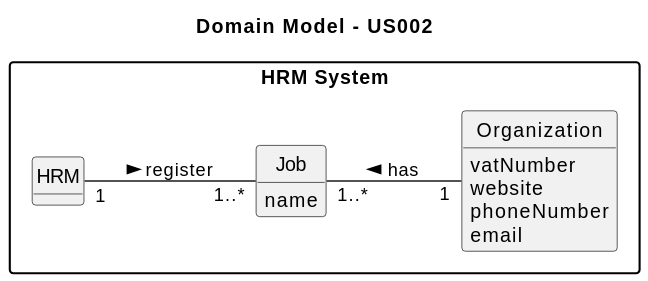
Before: docs/sprintB/us002/02.analysis/svg/us002-domain-model-Domain_Model___US002.svg, a diagram exported from PlantUML (SAEmanuel/Green_Spaces_Management_ISEP). The source it was exported from:
```plantuml
@startuml
skinparam monochrome true
skinparam packageStyle rectangle
skinparam shadowing false

left to right direction

skinparam classAttributeIconSize 0

hide circle
hide methods
package "HRM System" {

title Domain Model - US002

class HRM {
}

class Organization {
vatNumber
website
phoneNumber
email
}

class Job {
    name
}





HRM "1" -- "1..*" Job : register >

Job "1..*" -- "1"Organization : has <
@enduml
```
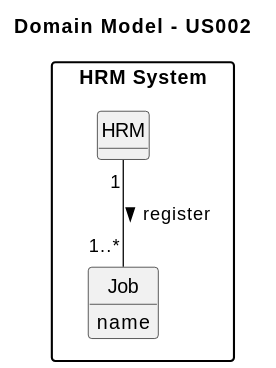
After the commit.

What changed in the source:
```diff
@@ -3,7 +3,6 @@
 skinparam packageStyle rectangle
 skinparam shadowing false
 
-left to right direction
 
 skinparam classAttributeIconSize 0
 
@@ -16,12 +15,7 @@
 class HRM {
 }
 
-class Organization {
-vatNumber
-website
-phoneNumber
-email
-}
+
 
 class Job {
     name
@@ -32,6 +26,4 @@
 
 
 HRM "1" -- "1..*" Job : register >
-
-Job "1..*" -- "1"Organization : has <
 @enduml
```
